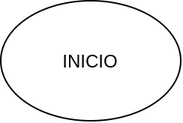
Before: web/img/e1_p1.png, a diagram exported from draw.io (jalmx/micro-21). Source tidied: cells renumbered, new cells last; positions are measured from the earlier drawing's top-left corner, leaving out a move shared by most shapes.
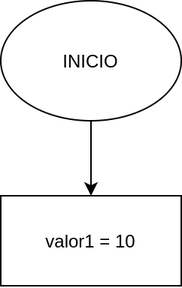
Later version of the same file.

Change to the diagram source:
```diff
@@ -2,8 +2,14 @@
   <root>
     <mxCell id="0" />
     <mxCell id="1" parent="0" />
+    <mxCell id="3" style="edgeStyle=orthogonalEdgeStyle;rounded=0;jettySize=auto;html=1;" parent="1" edge="1" source="2" target="4">
+      <mxGeometry relative="1" as="geometry" />
+    </mxCell>
     <mxCell id="2" value="INICIO" style="ellipse;whiteSpace=wrap;html=1;" parent="1" vertex="1">
       <mxGeometry width="120" height="80" as="geometry" />
     </mxCell>
+    <mxCell id="4" value="valor1 = 10" style="whiteSpace=wrap;html=1;" parent="1" vertex="1">
+      <mxGeometry y="130" width="120" height="60" as="geometry" />
+    </mxCell>
   </root>
 </mxGraphModel>
```
